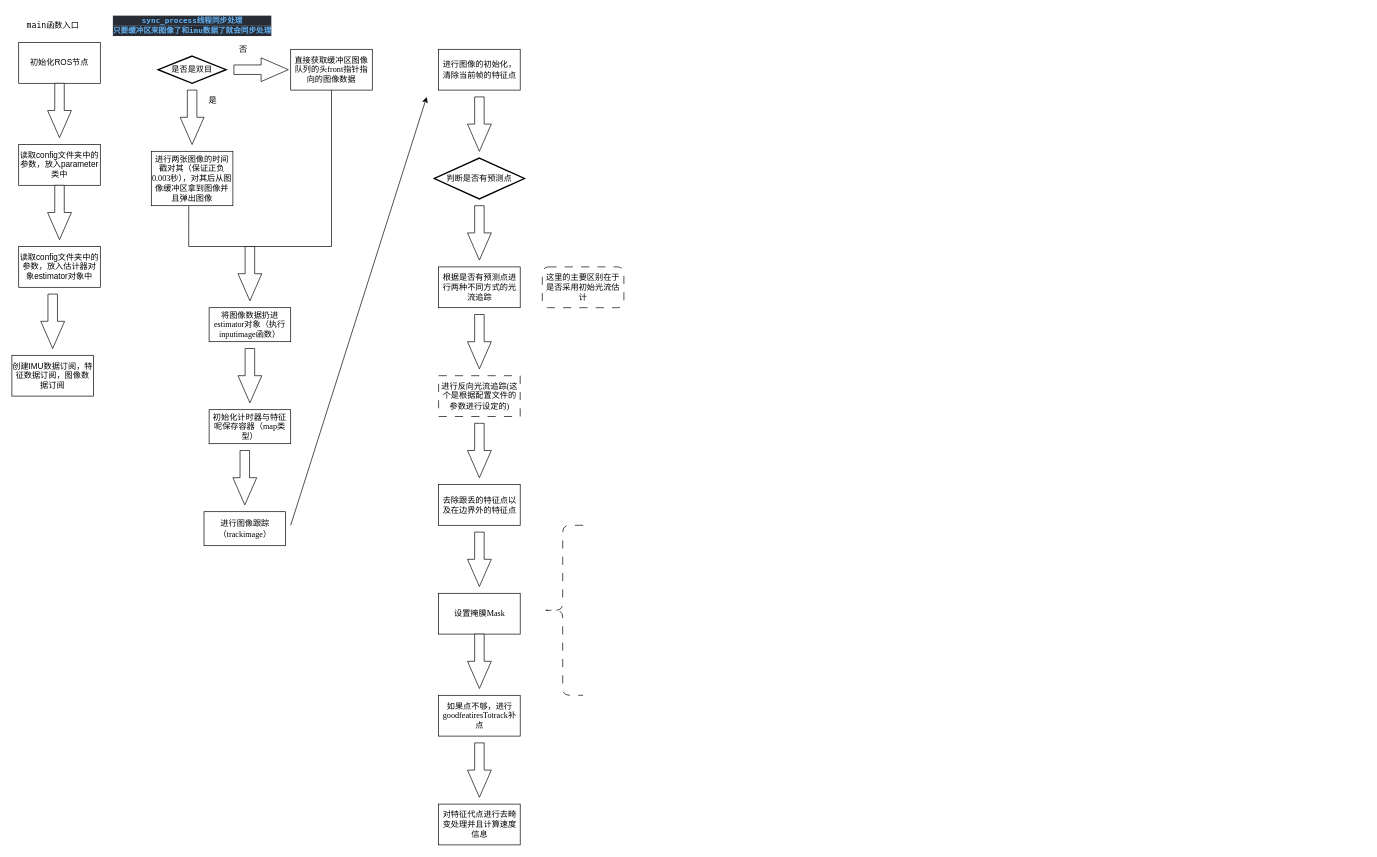
The draw.io diagram note/思维导图源文件/mainfunction.drawio in luohongk/VINS-FusionCommentByLuo, before the edit. Source tidied: cells renumbered, new cells numbered last; positions are measured from the earlier drawing's top-left corner, leaving out a move shared by most shapes. Both pictures are drawn from the tidied source at 68%, with x=0, y=0 at pixel (12, 12).
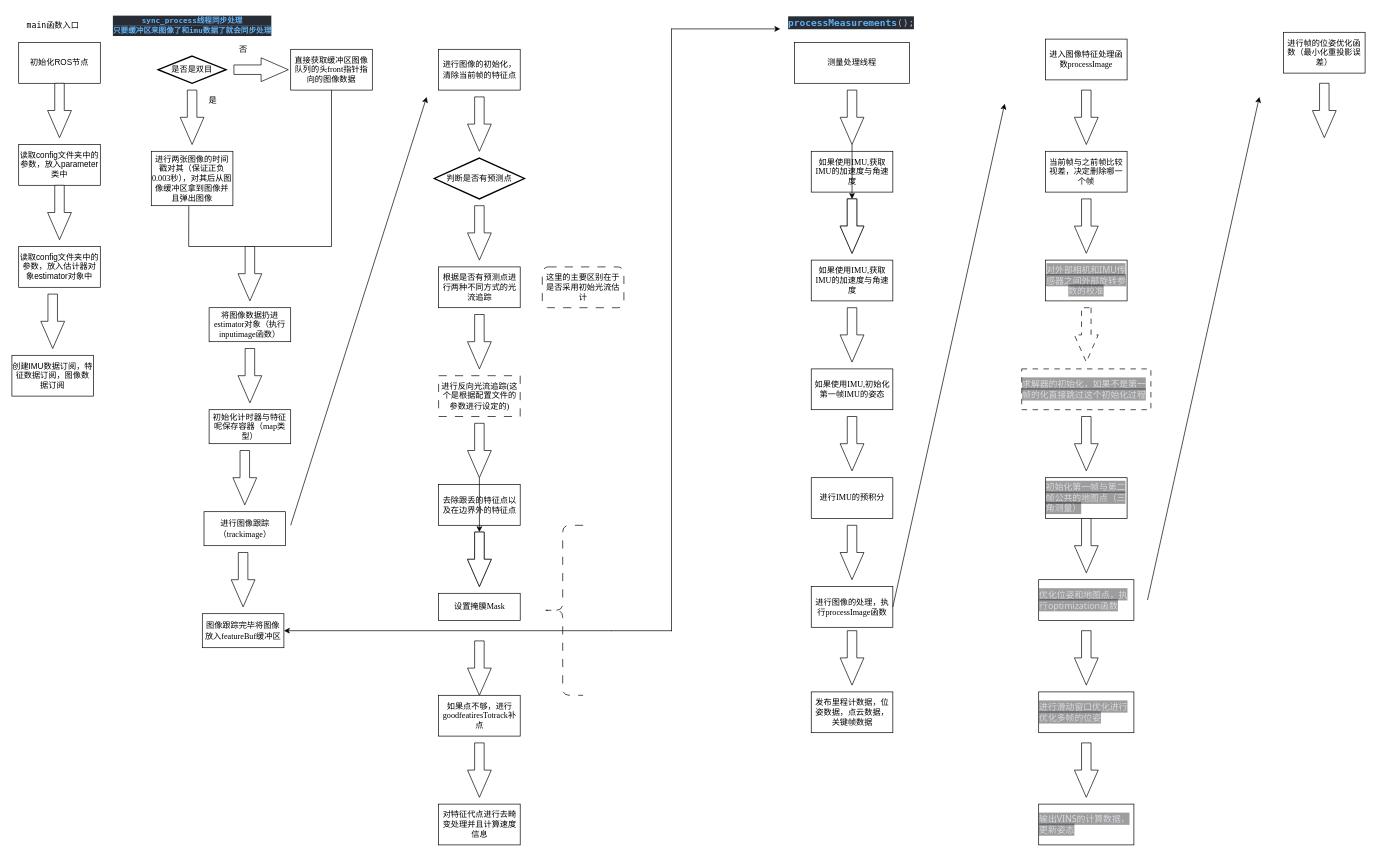
The same page after the edit.

Commit message (it also covers changes not shown here):
增加思维导图

Unchanged cells that the change refers to:
```xml
<mxCell id="38" style="html=1;shadow=0;dashed=0;align=center;verticalAlign=middle;shape=mxgraph.arrows2.arrow;dy=0.6;dx=40;direction=south;notch=0;fontFamily=Times New Roman;" parent="1" vertex="1">
  <mxGeometry x="670" y="605" width="35" height="80" as="geometry" />
</mxCell>
```

The edit, as a diff of the source:
```diff
@@
+    <mxCell id="45" style="edgeStyle=none;html=1;" parent="1" edge="1" source="38" target="53">
+      <mxGeometry relative="1" as="geometry" />
+    </mxCell>
@@
     <mxCell id="39" value="设置掩膜Mask" style="rounded=0;whiteSpace=wrap;html=1;fontFamily=Times New Roman;" parent="1" vertex="1">
-      <mxGeometry x="627.5" y="855" width="120" height="60" as="geometry" />
+      <mxGeometry x="627.5" y="855" width="120" height="40" as="geometry" />
     </mxCell>
@@
     <mxCell id="41" style="html=1;shadow=0;dashed=0;align=center;verticalAlign=middle;shape=mxgraph.arrows2.arrow;dy=0.6;dx=40;direction=south;notch=0;fontFamily=Times New Roman;" parent="1" vertex="1">
-      <mxGeometry x="670" y="915" width="35" height="80" as="geometry" />
+      <mxGeometry x="670" y="925" width="35" height="80" as="geometry" />
     </mxCell>
@@
+    <mxCell id="46" style="html=1;shadow=0;dashed=0;align=center;verticalAlign=middle;shape=mxgraph.arrows2.arrow;dy=0.6;dx=40;direction=south;notch=0;fontFamily=Times New Roman;" parent="1" vertex="1">
+      <mxGeometry x="322.5" y="795" width="35" height="80" as="geometry" />
+    </mxCell>
+    <mxCell id="47" value="图像跟踪完毕将图像放入featureBuf缓冲区" style="rounded=0;whiteSpace=wrap;html=1;fontFamily=Times New Roman;" parent="1" vertex="1">
+      <mxGeometry x="280" y="885" width="120" height="50" as="geometry" />
+    </mxCell>
+    <mxCell id="48" style="edgeStyle=none;html=1;exitX=1;exitY=0;exitDx=0;exitDy=0;entryX=1;entryY=0.5;entryDx=0;entryDy=0;" parent="1" edge="1" source="49" target="47">
+      <mxGeometry relative="1" as="geometry" />
+    </mxCell>
+    <mxCell id="49" style="shape=partialRectangle;whiteSpace=wrap;html=1;bottom=0;right=0;fillColor=none;rotation=-180;" parent="1" vertex="1">
+      <mxGeometry x="882.5" y="25" width="87.5" height="885" as="geometry" />
+    </mxCell>
+    <mxCell id="50" style="endArrow=classic;html=1;" parent="1" edge="1">
+      <mxGeometry relative="1" as="geometry">
+        <mxPoint x="970" y="25" as="sourcePoint" />
+        <mxPoint x="1130" y="25" as="targetPoint" />
+      </mxGeometry>
+    </mxCell>
+    <mxCell id="51" value="&lt;div style=&quot;color: rgb(171, 178, 191); background-color: rgb(40, 44, 52); font-family: &amp;quot;Droid Sans Mono&amp;quot;, &amp;quot;monospace&amp;quot;, monospace; font-weight: normal; font-size: 14px; line-height: 19px;&quot;&gt;&lt;div&gt;&lt;span style=&quot;color: #61afef;font-weight: bold;&quot;&gt;processMeasurements&lt;/span&gt;&lt;span style=&quot;color: #abb2bf;&quot;&gt;();&lt;/span&gt;&lt;span style=&quot;color: #7f848e;&quot;&gt; &lt;/span&gt;&lt;/div&gt;&lt;/div&gt;" style="text;whiteSpace=wrap;html=1;" parent="1" vertex="1">
+      <mxGeometry x="1140" width="220" height="40" as="geometry" />
+    </mxCell>
+    <mxCell id="52" value="测量处理线程" style="rounded=0;whiteSpace=wrap;html=1;" parent="1" vertex="1">
+      <mxGeometry x="1151" y="45" width="169" height="60" as="geometry" />
+    </mxCell>
+    <mxCell id="53" style="html=1;shadow=0;dashed=0;align=center;verticalAlign=middle;shape=mxgraph.arrows2.arrow;dy=0.6;dx=40;direction=south;notch=0;fontFamily=Times New Roman;" parent="1" vertex="1">
+      <mxGeometry x="670" y="765" width="35" height="80" as="geometry" />
+    </mxCell>
+    <mxCell id="54" value="如果使用IMU,获取IMU的加速度与角速度" style="rounded=0;whiteSpace=wrap;html=1;fontFamily=Times New Roman;" parent="1" vertex="1">
+      <mxGeometry x="1175.5" y="205" width="120" height="60" as="geometry" />
+    </mxCell>
+    <mxCell id="55" style="edgeStyle=none;html=1;" parent="1" edge="1" source="56" target="69">
+      <mxGeometry relative="1" as="geometry" />
+    </mxCell>
+    <mxCell id="56" style="html=1;shadow=0;dashed=0;align=center;verticalAlign=middle;shape=mxgraph.arrows2.arrow;dy=0.6;dx=40;direction=south;notch=0;fontFamily=Times New Roman;" parent="1" vertex="1">
+      <mxGeometry x="1218" y="115" width="35" height="80" as="geometry" />
+    </mxCell>
+    <mxCell id="57" value="如果使用IMU,获取IMU的加速度与角速度" style="rounded=0;whiteSpace=wrap;html=1;fontFamily=Times New Roman;" parent="1" vertex="1">
+      <mxGeometry x="1175.5" y="365" width="120" height="60" as="geometry" />
+    </mxCell>
+    <mxCell id="58" style="html=1;shadow=0;dashed=0;align=center;verticalAlign=middle;shape=mxgraph.arrows2.arrow;dy=0.6;dx=40;direction=south;notch=0;fontFamily=Times New Roman;" parent="1" vertex="1">
+      <mxGeometry x="1218" y="275" width="35" height="80" as="geometry" />
+    </mxCell>
+    <mxCell id="59" value="如果使用IMU,初始化第一帧IMU的姿态" style="rounded=0;whiteSpace=wrap;html=1;fontFamily=Times New Roman;" parent="1" vertex="1">
+      <mxGeometry x="1175.5" y="525" width="120" height="60" as="geometry" />
+    </mxCell>
+    <mxCell id="60" style="html=1;shadow=0;dashed=0;align=center;verticalAlign=middle;shape=mxgraph.arrows2.arrow;dy=0.6;dx=40;direction=south;notch=0;fontFamily=Times New Roman;" parent="1" vertex="1">
+      <mxGeometry x="1218" y="435" width="35" height="80" as="geometry" />
+    </mxCell>
+    <mxCell id="61" value="进行IMU的预积分" style="rounded=0;whiteSpace=wrap;html=1;fontFamily=Times New Roman;" parent="1" vertex="1">
+      <mxGeometry x="1175.5" y="685" width="120" height="60" as="geometry" />
+    </mxCell>
+    <mxCell id="62" style="html=1;shadow=0;dashed=0;align=center;verticalAlign=middle;shape=mxgraph.arrows2.arrow;dy=0.6;dx=40;direction=south;notch=0;fontFamily=Times New Roman;" parent="1" vertex="1">
+      <mxGeometry x="1218" y="595" width="35" height="80" as="geometry" />
+    </mxCell>
+    <mxCell id="63" value="进行图像的处理，执行processImage函数" style="rounded=0;whiteSpace=wrap;html=1;fontFamily=Times New Roman;" parent="1" vertex="1">
+      <mxGeometry x="1175.5" y="845" width="120" height="60" as="geometry" />
+    </mxCell>
+    <mxCell id="64" style="html=1;shadow=0;dashed=0;align=center;verticalAlign=middle;shape=mxgraph.arrows2.arrow;dy=0.6;dx=40;direction=south;notch=0;fontFamily=Times New Roman;" parent="1" vertex="1">
+      <mxGeometry x="1218" y="755" width="35" height="80" as="geometry" />
+    </mxCell>
+    <mxCell id="65" value="发布里程计数据，位姿数据，点云数据，关键帧数据" style="rounded=0;whiteSpace=wrap;html=1;fontFamily=Times New Roman;" parent="1" vertex="1">
+      <mxGeometry x="1175.5" y="1000" width="120" height="60" as="geometry" />
+    </mxCell>
+    <mxCell id="66" style="html=1;shadow=0;dashed=0;align=center;verticalAlign=middle;shape=mxgraph.arrows2.arrow;dy=0.6;dx=40;direction=south;notch=0;fontFamily=Times New Roman;" parent="1" vertex="1">
+      <mxGeometry x="1218" y="910" width="35" height="80" as="geometry" />
+    </mxCell>
+    <mxCell id="67" style="endArrow=classic;html=1;" parent="1" edge="1">
+      <mxGeometry relative="1" as="geometry">
+        <mxPoint x="1295.5" y="875" as="sourcePoint" />
+        <mxPoint x="1460" y="135" as="targetPoint" />
+      </mxGeometry>
+    </mxCell>
+    <mxCell id="68" value="进入图像特征处理函数processImage" style="rounded=0;whiteSpace=wrap;html=1;fontFamily=Times New Roman;" parent="1" vertex="1">
+      <mxGeometry x="1520" y="40" width="120" height="60" as="geometry" />
+    </mxCell>
+    <mxCell id="69" style="html=1;shadow=0;dashed=0;align=center;verticalAlign=middle;shape=mxgraph.arrows2.arrow;dy=0.6;dx=40;direction=south;notch=0;fontFamily=Times New Roman;" parent="1" vertex="1">
+      <mxGeometry x="1218" y="275" width="35" height="80" as="geometry" />
+    </mxCell>
+    <mxCell id="70" value="当前帧与之前帧比较视差，决定删除哪一个帧" style="rounded=0;whiteSpace=wrap;html=1;fontFamily=Times New Roman;" parent="1" vertex="1">
+      <mxGeometry x="1520" y="205" width="120" height="60" as="geometry" />
+    </mxCell>
+    <mxCell id="71" style="html=1;shadow=0;dashed=0;align=center;verticalAlign=middle;shape=mxgraph.arrows2.arrow;dy=0.6;dx=40;direction=south;notch=0;fontFamily=Times New Roman;" parent="1" vertex="1">
+      <mxGeometry x="1562.5" y="115" width="35" height="80" as="geometry" />
+    </mxCell>
+    <mxCell id="72" value="&lt;span style=&quot;color: rgb(215, 218, 224); font-family: system-ui, Ubuntu, &amp;quot;Droid Sans&amp;quot;, sans-serif; font-size: 13px; text-align: start; background-color: rgba(10, 10, 10, 0.4);&quot;&gt;对外部相机和IMU传感器之间外部旋转参数的校准&lt;/span&gt;" style="rounded=0;whiteSpace=wrap;html=1;fontFamily=Times New Roman;" parent="1" vertex="1">
+      <mxGeometry x="1520" y="365" width="120" height="60" as="geometry" />
+    </mxCell>
+    <mxCell id="73" style="html=1;shadow=0;dashed=0;align=center;verticalAlign=middle;shape=mxgraph.arrows2.arrow;dy=0.6;dx=40;direction=south;notch=0;fontFamily=Times New Roman;" parent="1" vertex="1">
+      <mxGeometry x="1562.5" y="275" width="35" height="80" as="geometry" />
+    </mxCell>
+    <mxCell id="74" value="&lt;div style=&quot;text-align: start;&quot;&gt;&lt;font face=&quot;system-ui, Ubuntu, Droid Sans, sans-serif&quot; color=&quot;#d7dae0&quot;&gt;&lt;span style=&quot;font-size: 13px; background-color: rgba(10, 10, 10, 0.4);&quot;&gt;求解器的初始化，如果不是第一帧的化直接跳过这个初始化过程&lt;/span&gt;&lt;/font&gt;&lt;/div&gt;" style="rounded=0;whiteSpace=wrap;html=1;fontFamily=Times New Roman;dashed=1;dashPattern=8 8;" parent="1" vertex="1">
+      <mxGeometry x="1485" y="525" width="190" height="60" as="geometry" />
+    </mxCell>
+    <mxCell id="75" style="html=1;shadow=0;dashed=1;align=center;verticalAlign=middle;shape=mxgraph.arrows2.arrow;dy=0.6;dx=40;direction=south;notch=0;fontFamily=Times New Roman;dashPattern=8 8;" parent="1" vertex="1">
+      <mxGeometry x="1562.5" y="435" width="35" height="80" as="geometry" />
+    </mxCell>
+    <mxCell id="76" value="&lt;div style=&quot;text-align: start;&quot;&gt;&lt;font face=&quot;system-ui, Ubuntu, Droid Sans, sans-serif&quot; color=&quot;#d7dae0&quot;&gt;&lt;span style=&quot;font-size: 13px; background-color: rgba(10, 10, 10, 0.4);&quot;&gt;初始化第一帧与第二帧公共的地图点（三角测量）&lt;/span&gt;&lt;/font&gt;&lt;/div&gt;" style="rounded=0;whiteSpace=wrap;html=1;fontFamily=Times New Roman;" parent="1" vertex="1">
+      <mxGeometry x="1520" y="685" width="120" height="60" as="geometry" />
+    </mxCell>
+    <mxCell id="77" style="html=1;shadow=0;dashed=0;align=center;verticalAlign=middle;shape=mxgraph.arrows2.arrow;dy=0.6;dx=40;direction=south;notch=0;fontFamily=Times New Roman;" parent="1" vertex="1">
+      <mxGeometry x="1562.5" y="595" width="35" height="80" as="geometry" />
+    </mxCell>
+    <mxCell id="78" value="&lt;div style=&quot;text-align: start;&quot;&gt;&lt;font face=&quot;system-ui, Ubuntu, Droid Sans, sans-serif&quot; color=&quot;#d7dae0&quot;&gt;&lt;span style=&quot;font-size: 13px; background-color: rgba(10, 10, 10, 0.4);&quot;&gt;优化位姿和地图点，执行optimization函数&lt;/span&gt;&lt;/font&gt;&lt;/div&gt;" style="rounded=0;whiteSpace=wrap;html=1;fontFamily=Times New Roman;" parent="1" vertex="1">
+      <mxGeometry x="1510" y="835" width="140" height="60" as="geometry" />
+    </mxCell>
+    <mxCell id="79" style="html=1;shadow=0;dashed=0;align=center;verticalAlign=middle;shape=mxgraph.arrows2.arrow;dy=0.6;dx=40;direction=south;notch=0;fontFamily=Times New Roman;" parent="1" vertex="1">
+      <mxGeometry x="1562.5" y="745" width="35" height="80" as="geometry" />
+    </mxCell>
+    <mxCell id="80" style="endArrow=classic;html=1;" parent="1" edge="1">
+      <mxGeometry relative="1" as="geometry">
+        <mxPoint x="1670" y="865" as="sourcePoint" />
+        <mxPoint x="1834.5" y="125" as="targetPoint" />
+      </mxGeometry>
+    </mxCell>
+    <mxCell id="81" value="&lt;div style=&quot;text-align: start;&quot;&gt;&lt;font face=&quot;system-ui, Ubuntu, Droid Sans, sans-serif&quot; color=&quot;#d7dae0&quot;&gt;&lt;span style=&quot;font-size: 13px; background-color: rgba(10, 10, 10, 0.4);&quot;&gt;进行滑动窗口优化进行优化多帧的位姿&lt;/span&gt;&lt;/font&gt;&lt;/div&gt;" style="rounded=0;whiteSpace=wrap;html=1;fontFamily=Times New Roman;" parent="1" vertex="1">
+      <mxGeometry x="1510" y="1000" width="140" height="60" as="geometry" />
+    </mxCell>
+    <mxCell id="82" style="html=1;shadow=0;dashed=0;align=center;verticalAlign=middle;shape=mxgraph.arrows2.arrow;dy=0.6;dx=40;direction=south;notch=0;fontFamily=Times New Roman;" parent="1" vertex="1">
+      <mxGeometry x="1562.5" y="910" width="35" height="80" as="geometry" />
+    </mxCell>
+    <mxCell id="83" value="&lt;div style=&quot;text-align: start;&quot;&gt;&lt;font face=&quot;system-ui, Ubuntu, Droid Sans, sans-serif&quot; color=&quot;#d7dae0&quot;&gt;&lt;span style=&quot;font-size: 13px; background-color: rgba(10, 10, 10, 0.4);&quot;&gt;输出VINS的计算数据，更新姿态&lt;/span&gt;&lt;/font&gt;&lt;/div&gt;" style="rounded=0;whiteSpace=wrap;html=1;fontFamily=Times New Roman;" parent="1" vertex="1">
+      <mxGeometry x="1510" y="1165" width="140" height="60" as="geometry" />
+    </mxCell>
+    <mxCell id="84" style="html=1;shadow=0;dashed=0;align=center;verticalAlign=middle;shape=mxgraph.arrows2.arrow;dy=0.6;dx=40;direction=south;notch=0;fontFamily=Times New Roman;" parent="1" vertex="1">
+      <mxGeometry x="1562.5" y="1075" width="35" height="80" as="geometry" />
+    </mxCell>
+    <mxCell id="85" value="进行帧的位姿优化函数（最小化重投影误差）" style="rounded=0;whiteSpace=wrap;html=1;fontFamily=Times New Roman;" parent="1" vertex="1">
+      <mxGeometry x="1870" y="30" width="120" height="60" as="geometry" />
+    </mxCell>
+    <mxCell id="86" style="html=1;shadow=0;dashed=0;align=center;verticalAlign=middle;shape=mxgraph.arrows2.arrow;dy=0.6;dx=40;direction=south;notch=0;fontFamily=Times New Roman;" parent="1" vertex="1">
+      <mxGeometry x="1912.5" y="105" width="35" height="80" as="geometry" />
+    </mxCell>
```
